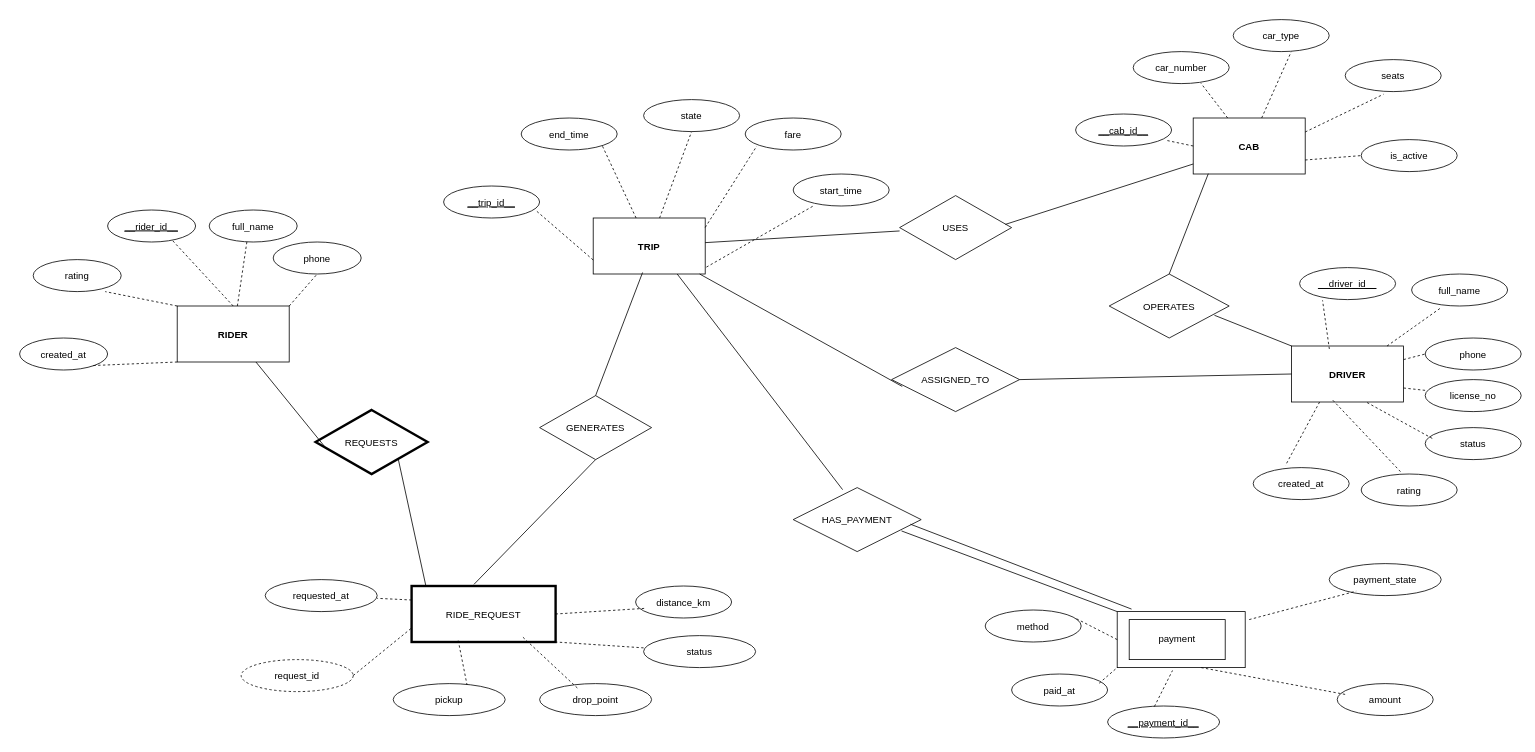
adityalaxkar123/cab_management_system_prototype_project keeps this draw.io diagram as cabER.drawio. Above is the earlier version. Source tidied: cells renumbered, new cells numbered last; positions are measured from the earlier drawing's top-left corner, leaving out a move shared by most shapes. Both pictures are drawn from the tidied source at 80%, with x=0, y=0 at pixel (19, 19).
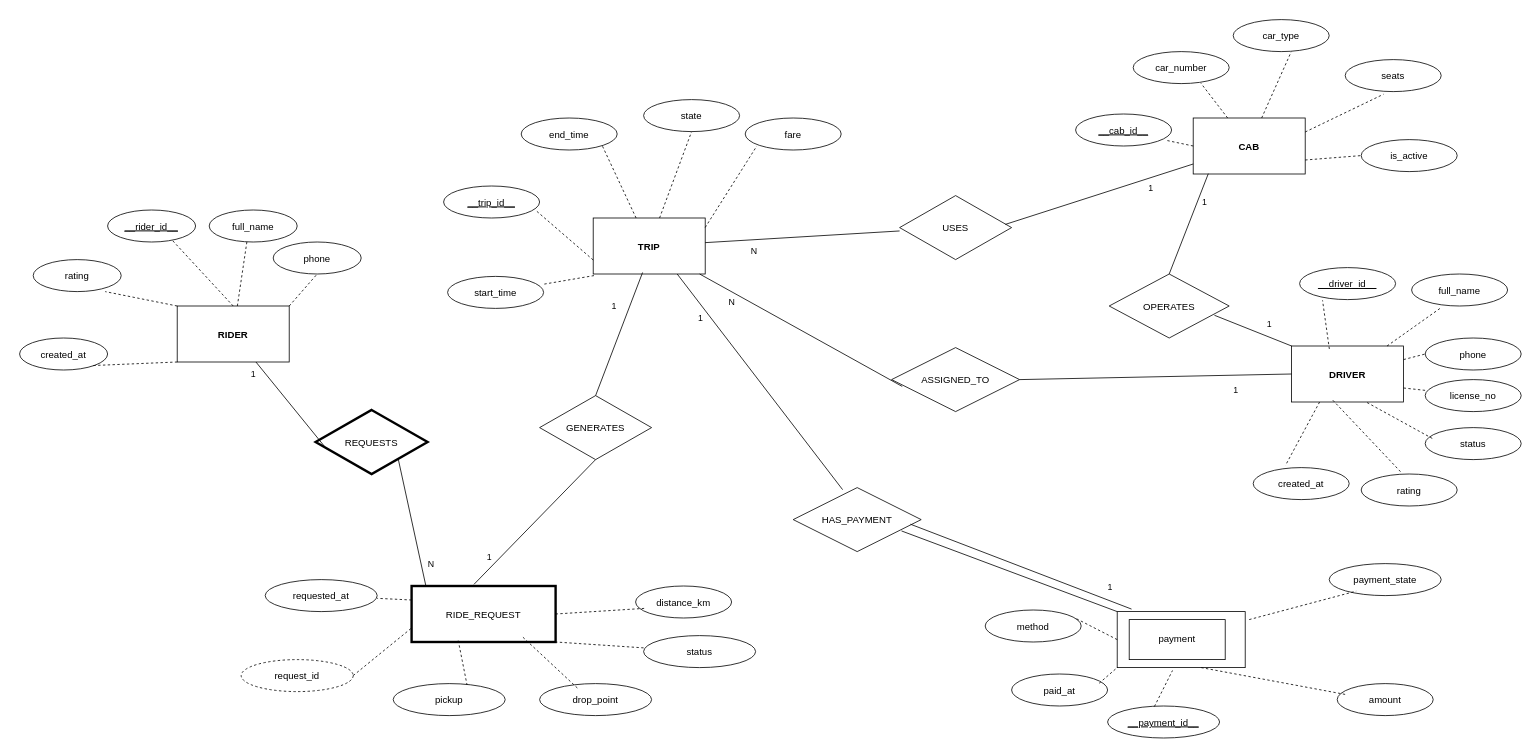
Above is the later version.

Commit message:
Entity Relation Diagram for Cab Management Added

Unchanged cells that the change refers to:
```xml
<mxCell id="34" value="TRIP" style="shape=rectangle;fontStyle=1;" parent="1" vertex="1">
  <mxGeometry x="717" y="248" width="140" height="70" as="geometry" />
</mxCell>
<mxCell id="121" style="endArrow=none;html=1;rounded=0;entryX=0.1;entryY=0.613;entryDx=0;entryDy=0;entryPerimeter=0;" parent="1" edge="1" source="31" target="37">
  <mxGeometry relative="1" as="geometry" />
</mxCell>
<mxCell id="122" style="endArrow=none;html=1;rounded=0;" parent="1" edge="1" source="34" target="40">
  <mxGeometry relative="1" as="geometry" />
</mxCell>
<mxCell id="123" style="endArrow=none;html=1;rounded=0;exitX=0.944;exitY=0.45;exitDx=0;exitDy=0;exitPerimeter=0;" parent="1" edge="1" source="40" target="33">
  <mxGeometry relative="1" as="geometry" />
</mxCell>
<mxCell id="124" style="endArrow=none;html=1;rounded=0;entryX=0.083;entryY=0.607;entryDx=0;entryDy=0;entryPerimeter=0;" parent="1" edge="1" source="34" target="39">
  <mxGeometry relative="1" as="geometry" />
</mxCell>
<mxCell id="125" style="endArrow=none;html=1;rounded=0;exitX=1;exitY=0.5;exitDx=0;exitDy=0;entryX=0;entryY=0.5;entryDx=0;entryDy=0;" parent="1" edge="1" source="39" target="32">
  <mxGeometry relative="1" as="geometry" />
</mxCell>
<mxCell id="126" style="endArrow=none;html=1;rounded=0;exitX=0;exitY=0;exitDx=0;exitDy=0;entryX=0.877;entryY=0.645;entryDx=0;entryDy=0;entryPerimeter=0;" parent="1" edge="1" source="32" target="42">
  <mxGeometry relative="1" as="geometry" />
</mxCell>
<mxCell id="127" style="endArrow=none;html=1;rounded=0;entryX=0.135;entryY=0.994;entryDx=0;entryDy=0;entryPerimeter=0;exitX=0.5;exitY=0;exitDx=0;exitDy=0;" parent="1" edge="1" source="42" target="33">
  <mxGeometry relative="1" as="geometry" />
</mxCell>
<mxCell id="128" style="endArrow=none;html=1;rounded=0;exitX=0.75;exitY=1;exitDx=0;exitDy=0;entryX=0.386;entryY=0.032;entryDx=0;entryDy=0;entryPerimeter=0;" parent="1" edge="1" source="34" target="41">
  <mxGeometry relative="1" as="geometry" />
</mxCell>
<mxCell id="130" style="endArrow=none;html=1;rounded=0;exitX=0.433;exitY=-0.029;exitDx=0;exitDy=0;exitPerimeter=0;entryX=0.5;entryY=1;entryDx=0;entryDy=0;" parent="1" edge="1" source="36" target="38">
  <mxGeometry relative="1" as="geometry" />
</mxCell>
<mxCell id="131" style="endArrow=none;html=1;rounded=0;entryX=0.441;entryY=0.973;entryDx=0;entryDy=0;entryPerimeter=0;exitX=0.5;exitY=0;exitDx=0;exitDy=0;" parent="1" edge="1" source="38" target="34">
  <mxGeometry relative="1" as="geometry" />
</mxCell>
<mxCell id="132" style="endArrow=none;html=1;rounded=0;exitX=0.737;exitY=0.759;exitDx=0;exitDy=0;exitPerimeter=0;entryX=0.099;entryY=-0.004;entryDx=0;entryDy=0;entryPerimeter=0;" parent="1" edge="1" source="37" target="36">
  <mxGeometry relative="1" as="geometry" />
</mxCell>
<mxCell id="134" style="endArrow=none;html=1;rounded=0;exitX=0.916;exitY=0.572;exitDx=0;exitDy=0;entryX=0.112;entryY=-0.045;entryDx=0;entryDy=0;entryPerimeter=0;exitPerimeter=0;" parent="1" edge="1" source="41" target="35">
  <mxGeometry relative="1" as="geometry" />
</mxCell>
```

What changed in the source:
```diff
@@
     <mxCell id="75" value="start_time" style="shape=ellipse;" parent="1" vertex="1">
-      <mxGeometry x="967" y="193" width="120" height="40" as="geometry" />
+      <mxGeometry x="535" y="321" width="120" height="40" as="geometry" />
     </mxCell>
@@
-    <mxCell id="97" style="endArrow=none;dashed=1;html=1;rounded=0;exitX=1.011;exitY=0.877;exitDx=0;exitDy=0;exitPerimeter=0;" parent="1" edge="1" source="34" target="75">
-      <mxGeometry relative="1" as="geometry" />
+    <mxCell id="97" style="endArrow=none;dashed=1;html=1;rounded=0;" parent="1" edge="1" target="75">
+      <mxGeometry relative="1" as="geometry">
+        <mxPoint x="718" y="320" as="sourcePoint" />
+      </mxGeometry>
     </mxCell>
@@
+    <mxCell id="135" value="1" style="edgeLabel;html=1;align=center;verticalAlign=middle;" parent="121" vertex="1">
+      <mxGeometry x="-0.24" y="-5" relative="1" as="geometry">
+        <mxPoint x="-33" y="-30" as="offset" />
+      </mxGeometry>
+    </mxCell>
@@
+    <mxCell id="136" value="N" style="edgeLabel;html=1;align=center;verticalAlign=middle;" parent="122" vertex="1">
+      <mxGeometry x="-0.5" y="1" relative="1" as="geometry">
+        <mxPoint y="14" as="offset" />
+      </mxGeometry>
+    </mxCell>
@@
+    <mxCell id="137" value="1" style="edgeLabel;html=1;align=center;verticalAlign=middle;" parent="123" vertex="1">
+      <mxGeometry x="0.53" y="-1" relative="1" as="geometry">
+        <mxPoint x="1" y="11" as="offset" />
+      </mxGeometry>
+    </mxCell>
@@
+    <mxCell id="138" value="N" style="edgeLabel;html=1;align=center;verticalAlign=middle;" parent="124" vertex="1">
+      <mxGeometry x="-0.68" y="1" relative="1" as="geometry">
+        <mxPoint x="-1" y="13" as="offset" />
+      </mxGeometry>
+    </mxCell>
@@
+    <mxCell id="139" value="1" style="edgeLabel;html=1;align=center;verticalAlign=middle;" parent="125" vertex="1">
+      <mxGeometry x="0.59" y="-2" relative="1" as="geometry">
+        <mxPoint y="16" as="offset" />
+      </mxGeometry>
+    </mxCell>
@@
+    <mxCell id="140" value="1" style="edgeLabel;html=1;align=center;verticalAlign=middle;" parent="126" vertex="1">
+      <mxGeometry x="-0.3" y="-2" relative="1" as="geometry">
+        <mxPoint x="4" y="-12" as="offset" />
+      </mxGeometry>
+    </mxCell>
@@
+    <mxCell id="141" value="1" style="edgeLabel;html=1;align=center;verticalAlign=middle;" parent="127" vertex="1">
+      <mxGeometry x="0.39" y="-4" relative="1" as="geometry">
+        <mxPoint x="6" y="-4" as="offset" />
+      </mxGeometry>
+    </mxCell>
@@
+    <mxCell id="142" value="1" style="edgeLabel;html=1;align=center;verticalAlign=middle;" parent="128" vertex="1">
+      <mxGeometry x="-0.62" y="1" relative="1" as="geometry">
+        <mxPoint x="-12" y="4" as="offset" />
+      </mxGeometry>
+    </mxCell>
@@
+    <mxCell id="143" value="1" style="edgeLabel;html=1;align=center;verticalAlign=middle;" parent="130" vertex="1">
+      <mxGeometry x="-0.48" y="1" relative="1" as="geometry">
+        <mxPoint x="-21" y="7" as="offset" />
+      </mxGeometry>
+    </mxCell>
@@
+    <mxCell id="144" value="1" style="edgeLabel;html=1;align=center;verticalAlign=middle;" parent="131" vertex="1">
+      <mxGeometry x="0.35" relative="1" as="geometry">
+        <mxPoint x="-17" y="-9" as="offset" />
+      </mxGeometry>
+    </mxCell>
@@
+    <mxCell id="145" value="N" style="edgeLabel;html=1;align=center;verticalAlign=middle;" parent="132" vertex="1">
+      <mxGeometry x="0.18" y="1" relative="1" as="geometry">
+        <mxPoint x="19" y="38" as="offset" />
+      </mxGeometry>
+    </mxCell>
@@
+    <mxCell id="146" value="1" style="edgeLabel;html=1;align=center;verticalAlign=middle;" parent="134" vertex="1">
+      <mxGeometry x="0.76" y="4" relative="1" as="geometry">
+        <mxPoint x="4" y="-12" as="offset" />
+      </mxGeometry>
+    </mxCell>
```
